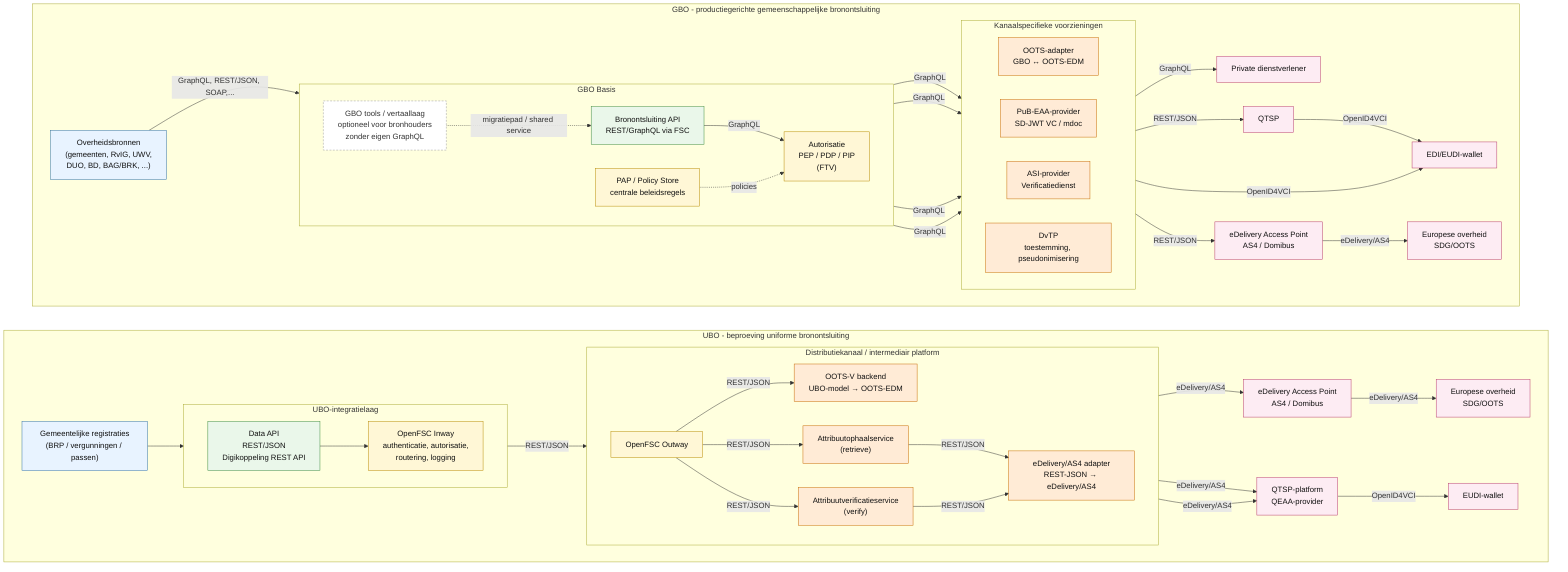
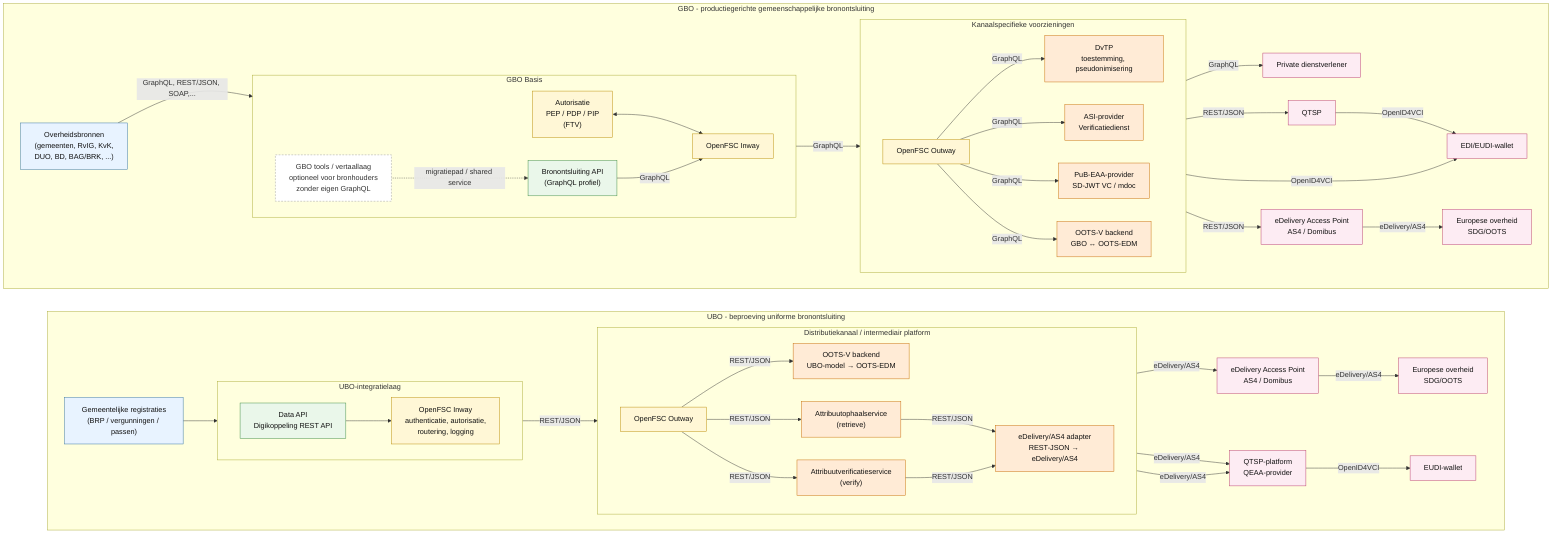
flowchart LR
    %% Vergelijking UBO en GBO

    classDef bron fill:#E8F3FF,stroke:#2F6FA3,stroke-width:1px,color:#111
    classDef api fill:#EAF7EA,stroke:#3B8A3E,stroke-width:1px,color:#111
    classDef auth fill:#FFF7D6,stroke:#B88A00,stroke-width:1px,color:#111
    classDef adapter fill:#FFEBD6,stroke:#C76A00,stroke-width:1px,color:#111
    classDef afnemer fill:#FDECF3,stroke:#B83A6B,stroke-width:1px,color:#111
    classDef optional fill:#FFFFFF,stroke:#999,stroke-dasharray:4 3,color:#333

    subgraph UBO["UBO - beproeving uniforme bronontsluiting"]
        direction LR

        U_BRON["Gemeentelijke registraties<br/>(BRP / vergunningen / passen)"]:::bron

        subgraph U_INT["UBO-integratielaag"]
            direction LR
-             U_DATA["Data API<br/>REST/JSON<br/>Digikoppeling REST API"]:::api
+             U_DATA["Data API<br/>Digikoppeling REST API"]:::api
            U_INWAY["OpenFSC Inway<br/>authenticatie, autorisatie,<br/>routering, logging"]:::auth
        end

        subgraph U_DIST["Distributiekanaal / intermediair platform"]
            direction LR
            U_OUTWAY["OpenFSC Outway"]:::auth
            U_RETRIEVE["Attribuutophaalservice<br/>(retrieve)"]:::adapter
            U_VERIF["Attribuutverificatieservice<br/>(verify)"]:::adapter
            U_AS4["eDelivery/AS4 adapter<br/>REST-JSON → eDelivery/AS4"]:::adapter
            U_OOTSV["OOTS-V backend<br/>UBO-model → OOTS-EDM"]:::adapter
        end

        U_QTSP["QTSP-platform<br/>QEAA-provider"]:::afnemer
        U_WALLET["EUDI-wallet"]:::afnemer
        U_EDLV["eDelivery Access Point<br/>AS4 / Domibus"]:::afnemer
        U_OOTS["Europese overheid<br/>SDG/OOTS"]:::afnemer

        U_BRON --> U_DATA --> U_INWAY
        U_INWAY -->|"REST/JSON"| U_OUTWAY

        U_OUTWAY --> |"REST/JSON"| U_OOTSV -->|"eDelivery/AS4"| U_EDLV -->|"eDelivery/AS4"| U_OOTS
        U_AS4 ~~~ U_EDLV
        U_OUTWAY --> |"REST/JSON"| U_RETRIEVE -->|"REST/JSON"| U_AS4 -->|"eDelivery/AS4"| U_QTSP
        U_OUTWAY --> |"REST/JSON"| U_VERIF -->|"REST/JSON"| U_AS4 -->|"eDelivery/AS4"| U_QTSP
        U_QTSP -->|"OpenID4VCI"| U_WALLET
    end

    subgraph GBO["GBO - productiegerichte gemeenschappelijke bronontsluiting"]
        direction LR

-         G_BRON["Overheidsbronnen<br/>(gemeenten, RvIG, UWV,<br/>DUO, BD, BAG/BRK, ...)"]:::bron
+         G_BRON["Overheidsbronnen<br/>(gemeenten, RvIG, KvK,<br/>DUO, BD, BAG/BRK, ...)"]:::bron

        subgraph G_BASIS["GBO Basis"]
            direction LR
            G_TRANS["GBO tools / vertaallaag<br/>optioneel voor bronhouders<br/>zonder eigen GraphQL"]:::optional
-             G_API["Bronontsluiting API<br/>REST/GraphQL via FSC"]:::api
+             G_API["Bronontsluiting API<br/>(GraphQL profiel)"]:::api
            G_AUTH["Autorisatie<br/>PEP / PDP / PIP<br/>(FTV)"]:::auth
-             G_PAP["PAP / Policy Store<br/>centrale beleidsregels"]:::auth
+             G_FSC["OpenFSC Inway"]:::auth
        end

        subgraph G_WP["Kanaalspecifieke voorzieningen"]
            direction LR
-             G_OOTS_AD["OOTS-adapter<br/>GBO ↔ OOTS-EDM"]:::adapter
+             G_OUTWAY["OpenFSC Outway"]:::auth
+             G_OOTS_AD["OOTS-V backend<br/>GBO ↔ OOTS-EDM"]:::adapter
            G_PUBEAA["PuB-EAA-provider<br/>SD-JWT VC / mdoc"]:::adapter
            G_ASI["ASI-provider<br/>Verificatiedienst"]:::adapter
            G_DVTP["DvTP<br/>toestemming, pseudonimisering"]:::adapter
        end

        G_WALLET["EDI/EUDI-wallet"]:::afnemer
        G_QTSP["QTSP"]:::afnemer
        G_OOTS_BI["eDelivery Access Point<br/>AS4 / Domibus"]:::afnemer
        G_OOTS["Europese overheid<br/>SDG/OOTS"]:::afnemer
        G_PRIV["Private dienstverlener"]:::afnemer

+         G_TRANS -. "migratiepad / shared service" .-> G_API
        G_BRON -->|"GraphQL, REST/JSON, SOAP,..."| G_API
        G_BRON ~~~ G_TRANS
-         G_TRANS -. "migratiepad / shared service" .-> G_API
-         G_API -->|"GraphQL"| G_AUTH
-         G_PAP -. "policies" .-> G_AUTH
+         G_AUTH <--> G_FSC
+         G_API -->|"GraphQL"| G_FSC

-         G_AUTH -->|"GraphQL"| G_DVTP -->|"GraphQL"| G_PRIV
-         G_AUTH -->|"GraphQL"| G_ASI -->|"REST/JSON"| G_QTSP -->|"OpenID4VCI"| G_WALLET
-         G_AUTH -->|"GraphQL"| G_PUBEAA -->|"OpenID4VCI"| G_WALLET
-         G_AUTH -->|"GraphQL"| G_OOTS_AD -->|"REST/JSON"| G_OOTS_BI -->|"eDelivery/AS4"| G_OOTS
+         G_FSC -->|"GraphQL"| G_OUTWAY
+ 
+         G_OUTWAY -->|"GraphQL"| G_DVTP -->|"GraphQL"| G_PRIV
+         G_OUTWAY -->|"GraphQL"| G_ASI -->|"REST/JSON"| G_QTSP -->|"OpenID4VCI"| G_WALLET
+         G_OUTWAY -->|"GraphQL"| G_PUBEAA -->|"OpenID4VCI"| G_WALLET
+         G_OUTWAY -->|"GraphQL"| G_OOTS_AD -->|"REST/JSON"| G_OOTS_BI -->|"eDelivery/AS4"| G_OOTS
    end
